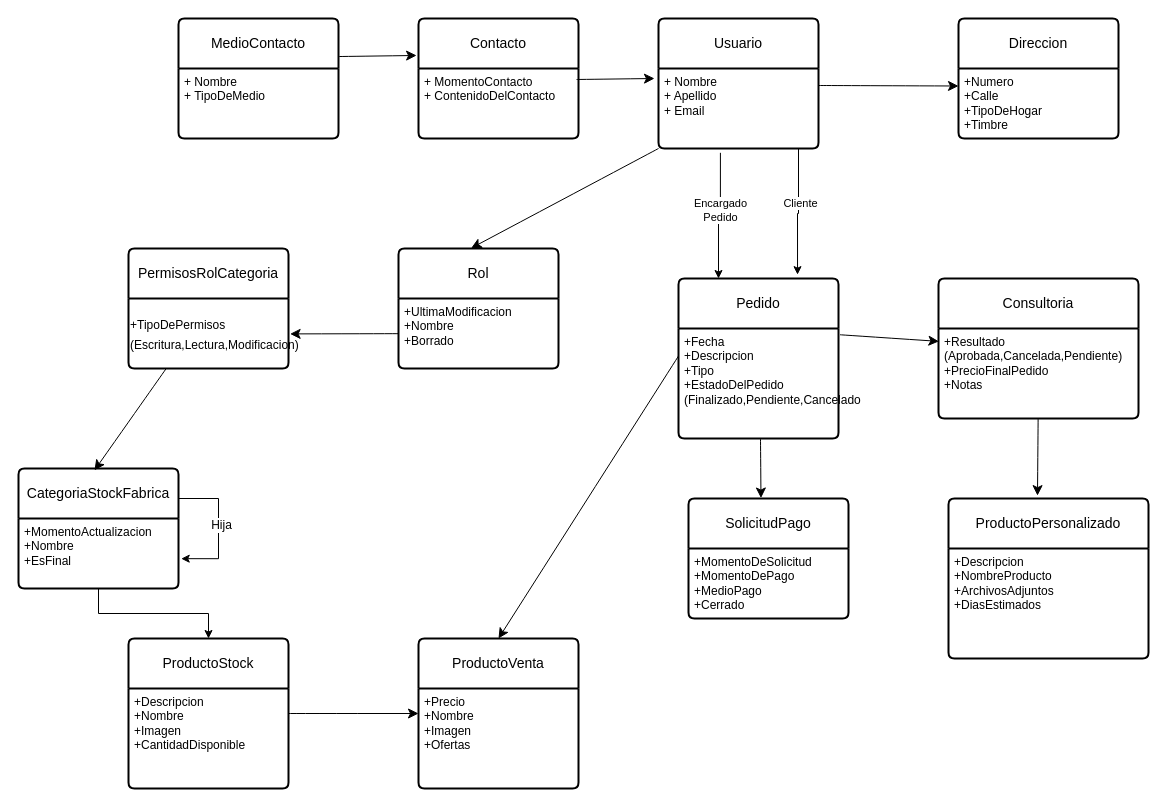
elelouch/TrabajoFinalAUS keeps this draw.io diagram as propuesta/DiagramasDeDatosDeProcesos.drawio. Above is the earlier version. Source tidied: cells renumbered, new cells numbered last; positions are measured from the earlier drawing's top-left corner, leaving out a move shared by most shapes. Both pictures are drawn from the tidied source at 100%, with x=0, y=0 at pixel (18, 18).
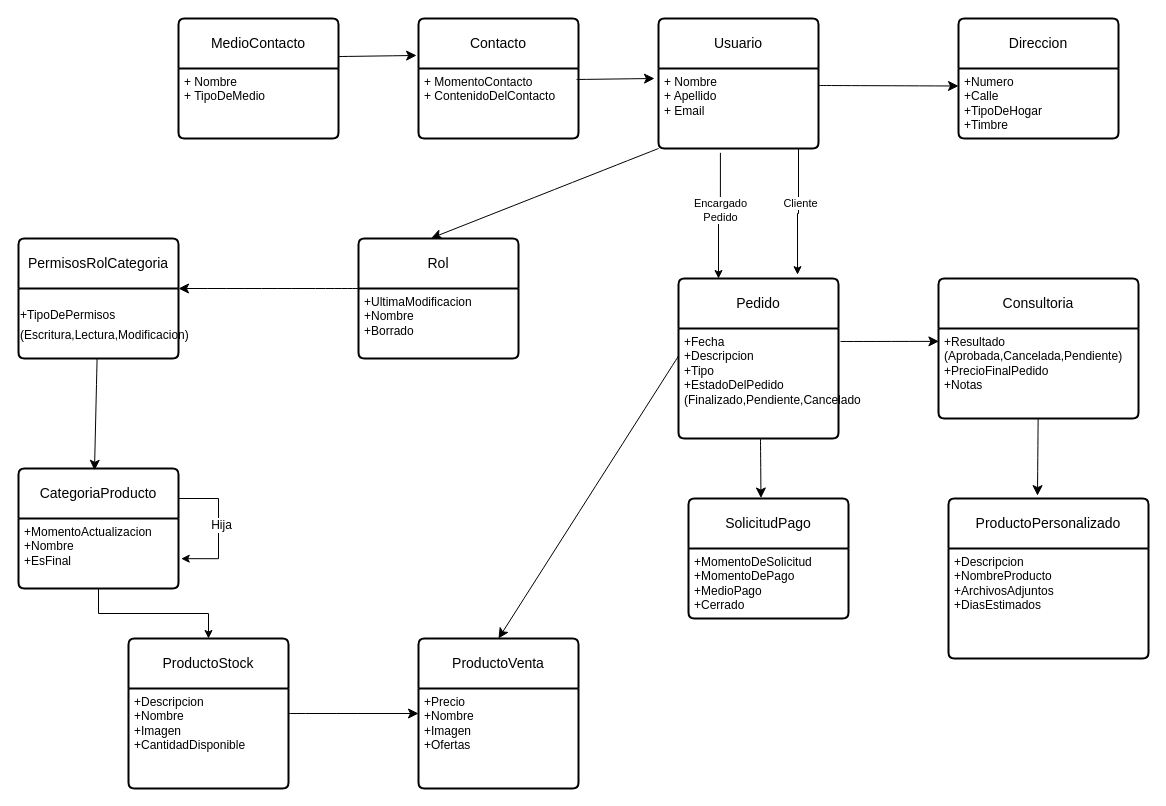
The same diagram, later.

The change refers to these unchanged cells:
```xml
<mxCell id="5" value="+Fecha&lt;br&gt;+Descripcion&lt;br&gt;&lt;div&gt;+Tipo&lt;/div&gt;&lt;div&gt;+EstadoDelPedido&lt;/div&gt;&lt;div&gt;(Finalizado,Pendiente,Cancelado&lt;/div&gt;" style="align=left;strokeColor=none;fillColor=none;spacingLeft=4;spacingRight=4;fontSize=12;verticalAlign=top;html=1;whiteSpace=wrap;" parent="4" vertex="1">
  <mxGeometry y="50" width="160" height="110" as="geometry" />
</mxCell>
<mxCell id="29" value="+Resultado&lt;div&gt;(Aprobada,Cancelada,Pendiente)&lt;br&gt;+PrecioFinalPedido&lt;/div&gt;&lt;div&gt;+Notas&lt;/div&gt;" style="align=left;strokeColor=none;fillColor=none;spacingLeft=4;spacingRight=4;fontSize=12;verticalAlign=top;html=1;whiteSpace=wrap;" parent="28" vertex="1">
  <mxGeometry y="50" width="200" height="90" as="geometry" />
</mxCell>
<mxCell id="40" value="+UltimaModificacion&lt;div&gt;+Nombre&lt;/div&gt;&lt;div&gt;+Borrado&lt;/div&gt;" style="align=left;strokeColor=none;fillColor=none;spacingLeft=4;spacingRight=4;fontSize=12;verticalAlign=top;html=1;whiteSpace=wrap;" parent="39" vertex="1">
  <mxGeometry y="50" width="160" height="70" as="geometry" />
</mxCell>
<mxCell id="42" value="&lt;font style=&quot;font-size: 12px;&quot;&gt;+TipoDePermisos&lt;/font&gt;&lt;div&gt;&lt;font style=&quot;font-size: 12px;&quot;&gt;(Escritura,Lectura,Modificacion)&lt;/font&gt;&lt;/div&gt;" style="text;strokeColor=none;fillColor=none;html=1;align=left;verticalAlign=middle;whiteSpace=wrap;rounded=0;fontSize=16;" parent="41" vertex="1">
  <mxGeometry y="50" width="160" height="70" as="geometry" />
</mxCell>
```

Diff of the diagram source:
```diff
@@
-    <mxCell id="13" value="CategoriaStockFabrica" style="swimlane;horizontal=1;startSize=50;rounded=1;fontSize=14;fontStyle=0;strokeWidth=2;shadow=0;dashed=0;align=center;arcSize=4;whiteSpace=wrap;html=1;" parent="1" vertex="1">
+    <mxCell id="13" value="CategoriaProducto" style="swimlane;horizontal=1;startSize=50;rounded=1;fontSize=14;fontStyle=0;strokeWidth=2;shadow=0;dashed=0;align=center;arcSize=4;whiteSpace=wrap;html=1;" parent="1" vertex="1">
       <mxGeometry y="450" width="160" height="120" as="geometry" />
     </mxCell>
@@
-    <mxCell id="30" style="edgeStyle=none;curved=1;rounded=0;jettySize=auto;html=1;exitX=1.01;exitY=0.057;exitDx=0;exitDy=0;entryX=0.002;entryY=0.143;entryDx=0;entryDy=0;entryPerimeter=0;fontSize=12;startSize=8;endSize=8;exitPerimeter=0;" parent="1" edge="1" source="5" target="29">
-      <mxGeometry relative="1" as="geometry" />
+    <mxCell id="30" style="edgeStyle=none;curved=1;rounded=0;jettySize=auto;html=1;entryX=0.002;entryY=0.143;entryDx=0;entryDy=0;entryPerimeter=0;fontSize=12;startSize=8;endSize=8;" parent="1" edge="1" target="29">
+      <mxGeometry relative="1" as="geometry">
+        <mxPoint x="822" y="323" as="sourcePoint" />
+      </mxGeometry>
     </mxCell>
@@
     <mxCell id="39" value="Rol" style="swimlane;horizontal=1;startSize=50;rounded=1;fontSize=14;fontStyle=0;strokeWidth=2;shadow=0;dashed=0;align=center;arcSize=4;whiteSpace=wrap;html=1;" parent="1" vertex="1">
-      <mxGeometry x="380" y="230" width="160" height="120" as="geometry" />
+      <mxGeometry x="340" y="220" width="160" height="120" as="geometry" />
     </mxCell>
@@
     <mxCell id="41" value="PermisosRolCategoria" style="swimlane;horizontal=1;startSize=50;rounded=1;fontSize=14;fontStyle=0;strokeWidth=2;shadow=0;dashed=0;align=center;arcSize=4;whiteSpace=wrap;html=1;" parent="1" vertex="1">
-      <mxGeometry x="110" y="230" width="160" height="120" as="geometry" />
+      <mxGeometry y="220" width="160" height="120" as="geometry" />
     </mxCell>
@@
-    <mxCell id="44" style="edgeStyle=none;curved=1;rounded=0;jettySize=auto;html=1;fontSize=12;startSize=8;endSize=8;entryX=1.01;entryY=0.363;entryDx=0;entryDy=0;entryPerimeter=0;" parent="1" edge="1" source="40">
-      <mxGeometry relative="1" as="geometry">
-        <mxPoint x="271.6" y="315.4" as="targetPoint" />
-      </mxGeometry>
+    <mxCell id="44" style="edgeStyle=none;curved=1;rounded=0;jettySize=auto;html=1;fontSize=12;startSize=8;endSize=8;entryX=1;entryY=0;entryDx=0;entryDy=0;exitX=0;exitY=0;exitDx=0;exitDy=0;" parent="1" edge="1" source="40" target="42">
+      <mxGeometry relative="1" as="geometry" />
     </mxCell>
```
